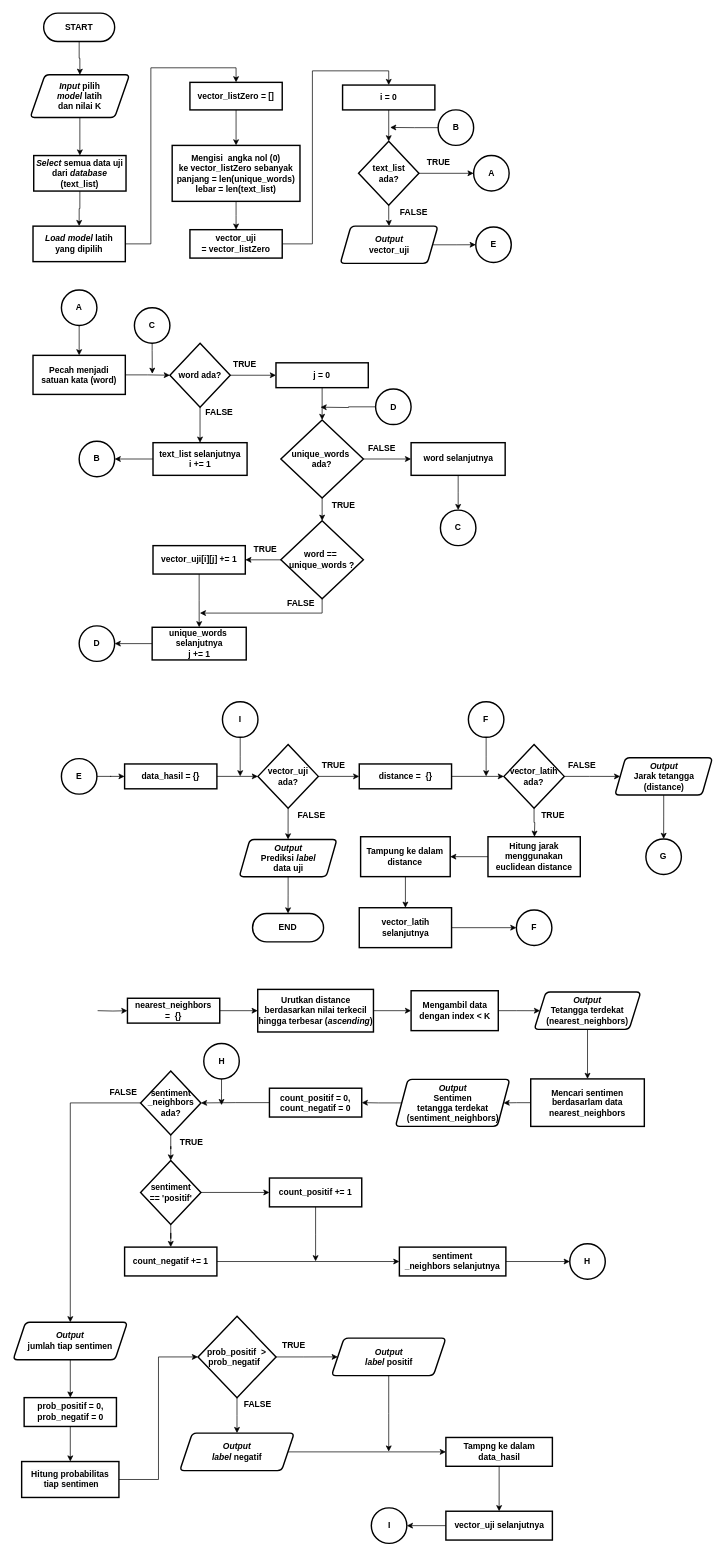
muspriandi/TextMining-SentimentAnalysis keeps this draw.io diagram as Dokumen TA/Paper/Flowchart/Flowchart proses klaisifikasi.drawio. Above is the earlier version. Source tidied: cells renumbered, new cells numbered last; positions are measured from the earlier drawing's top-left corner, leaving out a move shared by most shapes. Both pictures are drawn from the tidied source at 71%, with x=0, y=0 at pixel (13, 13).
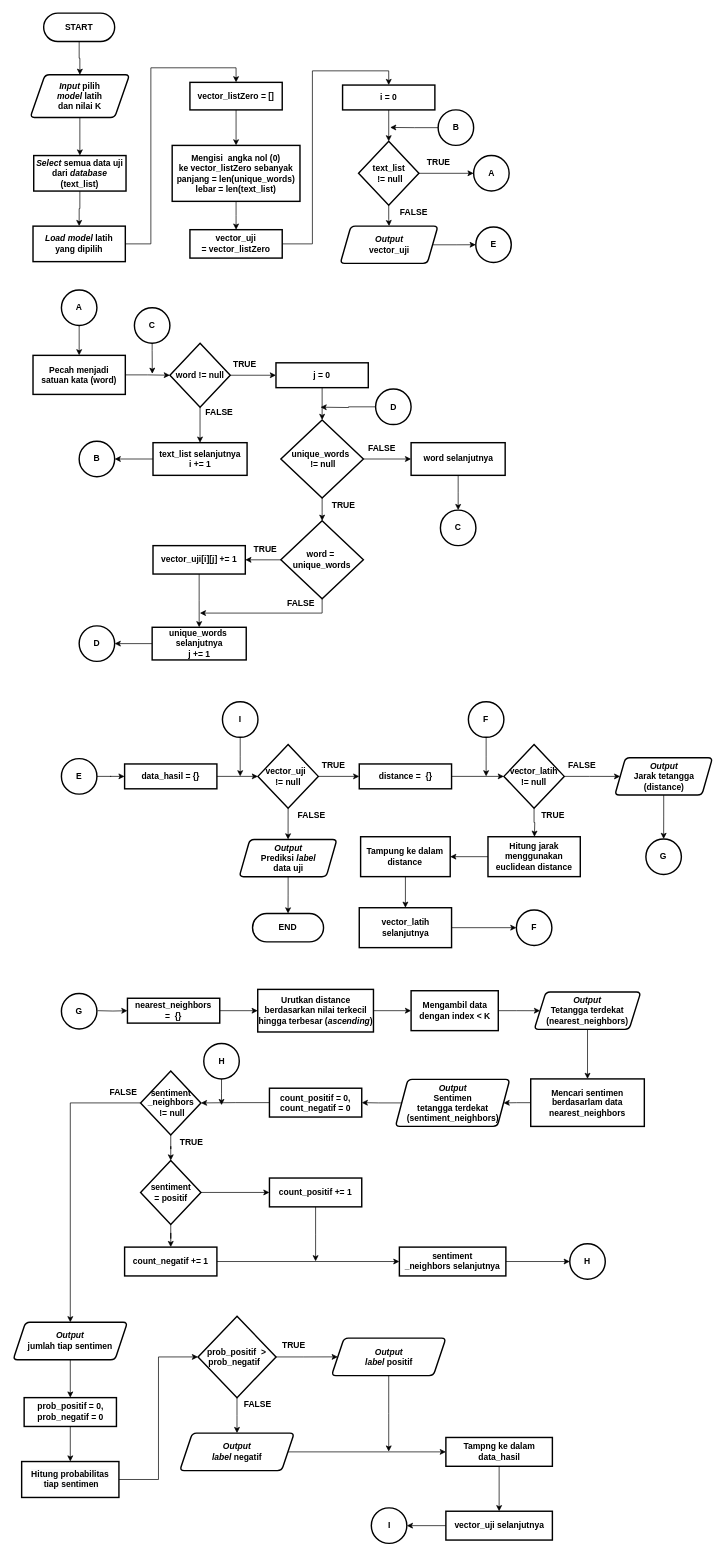
Above is the later version.

What changed in the source:
```diff
@@
-    <mxCell id="16" value="text_list &lt;br&gt;ada?" style="strokeWidth=2;html=1;shape=mxgraph.flowchart.decision;whiteSpace=wrap;fontStyle=1;" parent="1" vertex="1">
+    <mxCell id="16" value="text_list &lt;br&gt;&amp;nbsp;!= null" style="strokeWidth=2;html=1;shape=mxgraph.flowchart.decision;whiteSpace=wrap;fontStyle=1;" parent="1" vertex="1">
       <mxGeometry x="486.5" y="180.6" width="85" height="90" as="geometry" />
     </mxCell>
@@
-    <mxCell id="19" value="word ada?" style="strokeWidth=2;html=1;shape=mxgraph.flowchart.decision;whiteSpace=wrap;fontStyle=1;" parent="1" vertex="1">
+    <mxCell id="19" value="word != null" style="strokeWidth=2;html=1;shape=mxgraph.flowchart.decision;whiteSpace=wrap;fontStyle=1;" parent="1" vertex="1">
       <mxGeometry x="220.8" y="465" width="85" height="90" as="geometry" />
     </mxCell>
@@
-    <mxCell id="22" value="&lt;b&gt;unique_words&amp;nbsp;&lt;br&gt;&lt;/b&gt;ada?" style="strokeWidth=2;html=1;shape=mxgraph.flowchart.decision;whiteSpace=wrap;fontStyle=1;" parent="1" vertex="1">
+    <mxCell id="22" value="&lt;b&gt;unique_words&amp;nbsp;&lt;br&gt;&lt;/b&gt;&amp;nbsp;!= null" style="strokeWidth=2;html=1;shape=mxgraph.flowchart.decision;whiteSpace=wrap;fontStyle=1;" parent="1" vertex="1">
       <mxGeometry x="377.1" y="573" width="116.2" height="110" as="geometry" />
     </mxCell>
@@
-    <mxCell id="25" value="word ==&amp;nbsp;&lt;br&gt;&lt;b&gt;unique_words ?&lt;/b&gt;" style="strokeWidth=2;html=1;shape=mxgraph.flowchart.decision;whiteSpace=wrap;fontStyle=1;" parent="1" vertex="1">
+    <mxCell id="25" value="word =&amp;nbsp;&lt;br&gt;&lt;b&gt;unique_words&lt;/b&gt;" style="strokeWidth=2;html=1;shape=mxgraph.flowchart.decision;whiteSpace=wrap;fontStyle=1;" parent="1" vertex="1">
       <mxGeometry x="377.1" y="715" width="116.2" height="110" as="geometry" />
     </mxCell>
@@
-    <mxCell id="68" value="&lt;span&gt;vector_uji ada?&lt;/span&gt;" style="strokeWidth=2;html=1;shape=mxgraph.flowchart.decision;whiteSpace=wrap;fontStyle=1;" parent="1" vertex="1">
+    <mxCell id="68" value="&lt;span&gt;vector_uji&amp;nbsp;&lt;/span&gt;&amp;nbsp;&lt;br&gt;!= null" style="strokeWidth=2;html=1;shape=mxgraph.flowchart.decision;whiteSpace=wrap;fontStyle=1;" parent="1" vertex="1">
       <mxGeometry x="344.8" y="1030" width="85" height="90" as="geometry" />
     </mxCell>
@@
-    <mxCell id="71" value="&lt;span&gt;vector_latih ada?&lt;/span&gt;" style="strokeWidth=2;html=1;shape=mxgraph.flowchart.decision;whiteSpace=wrap;fontStyle=1;" parent="1" vertex="1">
+    <mxCell id="71" value="&lt;span&gt;vector_latih&lt;br&gt;&lt;/span&gt;!= null" style="strokeWidth=2;html=1;shape=mxgraph.flowchart.decision;whiteSpace=wrap;fontStyle=1;" parent="1" vertex="1">
       <mxGeometry x="691.2" y="1030" width="85" height="90" as="geometry" />
     </mxCell>
@@
-    <mxCell id="112" value="&lt;span style=&quot;font-size: 12px&quot;&gt;sentiment&lt;br&gt;_neighbors&lt;br&gt;&lt;/span&gt;ada?" style="strokeWidth=2;html=1;shape=mxgraph.flowchart.decision;whiteSpace=wrap;fontStyle=1;" parent="1" vertex="1">
+    <mxCell id="112" value="&lt;span style=&quot;font-size: 12px&quot;&gt;sentiment&lt;br&gt;_neighbors&lt;br&gt;&lt;/span&gt;&amp;nbsp;!= null" style="strokeWidth=2;html=1;shape=mxgraph.flowchart.decision;whiteSpace=wrap;fontStyle=1;" parent="1" vertex="1">
       <mxGeometry x="179.5" y="1489.9" width="85" height="90" as="geometry" />
     </mxCell>
@@
-    <mxCell id="115" value="&lt;span style=&quot;font-size: 12px&quot;&gt;sentiment&lt;br&gt;== 'positif'&lt;br&gt;&lt;/span&gt;" style="strokeWidth=2;html=1;shape=mxgraph.flowchart.decision;whiteSpace=wrap;fontStyle=1;" parent="1" vertex="1">
+    <mxCell id="115" value="&lt;span style=&quot;font-size: 12px&quot;&gt;sentiment&lt;br&gt;= positif&lt;br&gt;&lt;/span&gt;" style="strokeWidth=2;html=1;shape=mxgraph.flowchart.decision;whiteSpace=wrap;fontStyle=1;" parent="1" vertex="1">
       <mxGeometry x="179.5" y="1616" width="85" height="90" as="geometry" />
     </mxCell>
@@
+    <mxCell id="150" value="G" style="strokeWidth=2;html=1;shape=mxgraph.flowchart.start_2;whiteSpace=wrap;fontStyle=1;" parent="1" vertex="1">
+      <mxGeometry x="68" y="1380.8" width="50" height="50" as="geometry" />
+    </mxCell>
```
